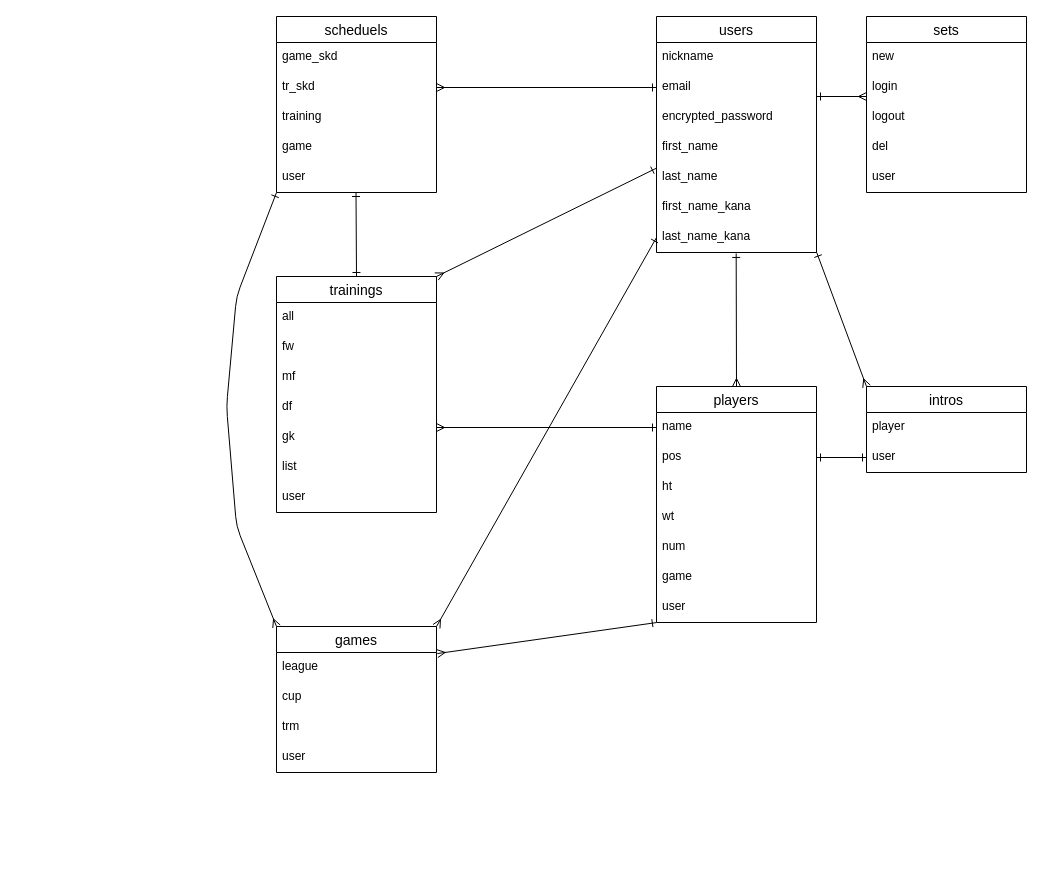
Earlier version of the draw.io diagram test.dio (120-seto/teammg). Source tidied: cells renumbered, new cells numbered last; positions are measured from the earlier drawing's top-left corner, leaving out a move shared by most shapes. Both pictures are drawn from the tidied source at 100%, with x=0, y=0 at pixel (226, 16).
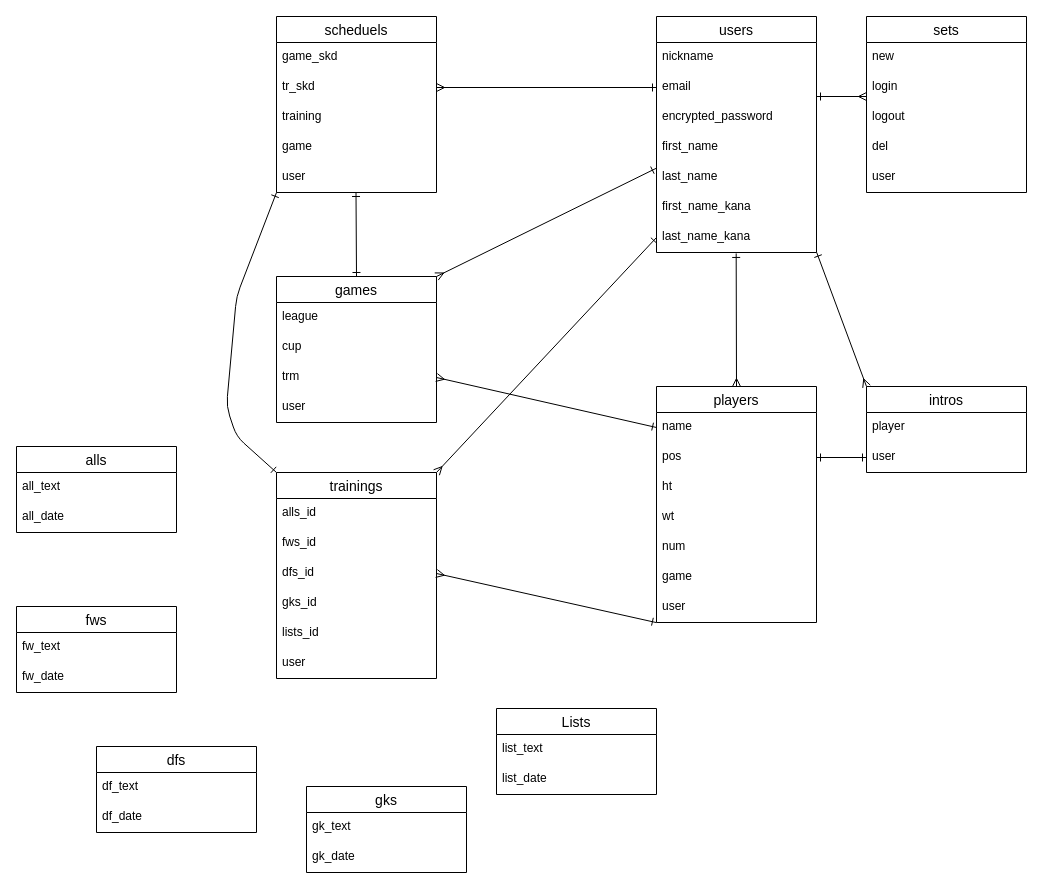
Above is the later version.

The change refers to these unchanged cells:
```xml
<mxCell id="3" value="league" style="text;strokeColor=none;fillColor=none;spacingLeft=4;spacingRight=4;overflow=hidden;points=[[0,0.5],[1,0.5]];portConstraint=eastwest;fontSize=12;" parent="2" vertex="1">
  <mxGeometry y="26" width="160" height="30" as="geometry" />
</mxCell>
<mxCell id="5" value="trm" style="text;strokeColor=none;fillColor=none;spacingLeft=4;spacingRight=4;overflow=hidden;points=[[0,0.5],[1,0.5]];portConstraint=eastwest;fontSize=12;" parent="2" vertex="1">
  <mxGeometry y="86" width="160" height="30" as="geometry" />
</mxCell>
<mxCell id="25" value="name" style="text;strokeColor=none;fillColor=none;spacingLeft=4;spacingRight=4;overflow=hidden;points=[[0,0.5],[1,0.5]];portConstraint=eastwest;fontSize=12;" parent="24" vertex="1">
  <mxGeometry y="26" width="160" height="30" as="geometry" />
</mxCell>
<mxCell id="31" value="user" style="text;strokeColor=none;fillColor=none;spacingLeft=4;spacingRight=4;overflow=hidden;points=[[0,0.5],[1,0.5]];portConstraint=eastwest;fontSize=12;" parent="24" vertex="1">
  <mxGeometry y="206" width="160" height="30" as="geometry" />
</mxCell>
<mxCell id="44" value="last_name" style="text;strokeColor=none;fillColor=none;spacingLeft=4;spacingRight=4;overflow=hidden;points=[[0,0.5],[1,0.5]];portConstraint=eastwest;fontSize=12;" parent="39" vertex="1">
  <mxGeometry y="146" width="160" height="30" as="geometry" />
</mxCell>
<mxCell id="46" value="last_name_kana" style="text;strokeColor=none;fillColor=none;spacingLeft=4;spacingRight=4;overflow=hidden;points=[[0,0.5],[1,0.5]];portConstraint=eastwest;fontSize=12;" parent="39" vertex="1">
  <mxGeometry y="206" width="160" height="30" as="geometry" />
</mxCell>
```

Diff of the diagram source:
```diff
@@
     <mxCell id="2" value="games" style="swimlane;fontStyle=0;horizontal=1;startSize=26;align=center;fontSize=14;" parent="1" vertex="1">
-      <mxGeometry x="50" y="610" width="160" height="146" as="geometry" />
+      <mxGeometry x="50" y="260" width="160" height="146" as="geometry" />
     </mxCell>
@@
     <mxCell id="7" value="trainings" style="swimlane;fontStyle=0;horizontal=1;startSize=26;align=center;fontSize=14;" parent="1" vertex="1">
-      <mxGeometry x="50" y="260" width="160" height="236" as="geometry" />
+      <mxGeometry x="50" y="456" width="160" height="206" as="geometry" />
     </mxCell>
-    <mxCell id="8" value="all " style="text;strokeColor=none;fillColor=none;spacingLeft=4;spacingRight=4;overflow=hidden;fontSize=12;" parent="7" vertex="1">
+    <mxCell id="8" value="alls_id" style="text;strokeColor=none;fillColor=none;spacingLeft=4;spacingRight=4;overflow=hidden;fontSize=12;" parent="7" vertex="1">
       <mxGeometry y="26" width="160" height="30" as="geometry" />
     </mxCell>
-    <mxCell id="9" value="fw" style="text;strokeColor=none;fillColor=none;spacingLeft=4;spacingRight=4;overflow=hidden;fontSize=12;" parent="7" vertex="1">
+    <mxCell id="9" value="fws_id" style="text;strokeColor=none;fillColor=none;spacingLeft=4;spacingRight=4;overflow=hidden;fontSize=12;" parent="7" vertex="1">
       <mxGeometry y="56" width="160" height="30" as="geometry" />
     </mxCell>
-    <mxCell id="10" value="mf" style="text;strokeColor=none;fillColor=none;spacingLeft=4;spacingRight=4;overflow=hidden;fontSize=12;" parent="7" vertex="1">
-      <mxGeometry y="86" width="160" height="30" as="geometry" />
-    </mxCell>
-    <mxCell id="11" value="df" style="text;strokeColor=none;fillColor=none;spacingLeft=4;spacingRight=4;overflow=hidden;points=[[0,0.5],[1,0.5]];portConstraint=eastwest;fontSize=12;" parent="7" vertex="1">
-      <mxGeometry y="116" width="160" height="30" as="geometry" />
+    <mxCell id="11" value="dfs_id" style="text;strokeColor=none;fillColor=none;spacingLeft=4;spacingRight=4;overflow=hidden;points=[[0,0.5],[1,0.5]];portConstraint=eastwest;fontSize=12;" parent="7" vertex="1">
+      <mxGeometry y="86" width="160" height="30" as="geometry" />
     </mxCell>
-    <mxCell id="12" value="gk" style="text;strokeColor=none;fillColor=none;spacingLeft=4;spacingRight=4;overflow=hidden;points=[[0,0.5],[1,0.5]];portConstraint=eastwest;fontSize=12;" parent="7" vertex="1">
-      <mxGeometry y="146" width="160" height="30" as="geometry" />
+    <mxCell id="12" value="gks_id" style="text;strokeColor=none;fillColor=none;spacingLeft=4;spacingRight=4;overflow=hidden;points=[[0,0.5],[1,0.5]];portConstraint=eastwest;fontSize=12;" parent="7" vertex="1">
+      <mxGeometry y="116" width="160" height="30" as="geometry" />
     </mxCell>
-    <mxCell id="13" value="list" style="text;strokeColor=none;fillColor=none;spacingLeft=4;spacingRight=4;overflow=hidden;fontSize=12;" parent="7" vertex="1">
-      <mxGeometry y="176" width="160" height="30" as="geometry" />
+    <mxCell id="13" value="lists_id" style="text;strokeColor=none;fillColor=none;spacingLeft=4;spacingRight=4;overflow=hidden;fontSize=12;" parent="7" vertex="1">
+      <mxGeometry y="146" width="160" height="30" as="geometry" />
     </mxCell>
     <mxCell id="14" value="user" style="text;strokeColor=none;fillColor=none;spacingLeft=4;spacingRight=4;overflow=hidden;fontSize=12;" parent="7" vertex="1">
-      <mxGeometry y="206" width="160" height="30" as="geometry" />
+      <mxGeometry y="176" width="160" height="30" as="geometry" />
     </mxCell>
@@
-    <mxCell id="50" style="endArrow=ERmany;html=1;rounded=0;startArrow=ERone;startFill=0;endFill=0;exitX=0;exitY=0.5;exitDx=0;exitDy=0;entryX=1;entryY=0.167;entryDx=0;entryDy=0;entryPerimeter=0;" parent="1" edge="1" source="25" target="12">
+    <mxCell id="50" style="endArrow=ERmany;html=1;rounded=0;startArrow=ERone;startFill=0;endFill=0;exitX=0;exitY=0.5;exitDx=0;exitDy=0;entryX=1;entryY=0.5;entryDx=0;entryDy=0;" parent="1" edge="1" source="25" target="5">
       <mxGeometry relative="1" as="geometry" />
     </mxCell>
-    <mxCell id="51" style="endArrow=ERmany;html=1;rounded=0;startArrow=ERone;startFill=0;endFill=0;exitX=-0.001;exitY=1.003;exitDx=0;exitDy=0;exitPerimeter=0;entryX=1.005;entryY=0.036;entryDx=0;entryDy=0;entryPerimeter=0;" parent="1" edge="1" source="31" target="3">
+    <mxCell id="51" style="endArrow=ERmany;html=1;rounded=0;startArrow=ERone;startFill=0;endFill=0;exitX=-0.001;exitY=1.003;exitDx=0;exitDy=0;exitPerimeter=0;entryX=1;entryY=0.5;entryDx=0;entryDy=0;" parent="1" edge="1" source="31" target="11">
       <mxGeometry relative="1" as="geometry" />
     </mxCell>
@@
-    <mxCell id="53" style="endArrow=ERmany;html=1;rounded=0;startArrow=ERone;startFill=0;endFill=0;exitX=-0.003;exitY=0.196;exitDx=0;exitDy=0;entryX=1;entryY=0;entryDx=0;entryDy=0;exitPerimeter=0;" parent="1" edge="1" source="44" target="7">
+    <mxCell id="53" style="endArrow=ERmany;html=1;rounded=0;startArrow=ERone;startFill=0;endFill=0;exitX=-0.003;exitY=0.196;exitDx=0;exitDy=0;entryX=1;entryY=0;entryDx=0;entryDy=0;exitPerimeter=0;" parent="1" edge="1" source="44" target="2">
       <mxGeometry relative="1" as="geometry" />
     </mxCell>
-    <mxCell id="54" style="endArrow=ERmany;html=1;rounded=0;startArrow=ERone;startFill=0;endFill=0;entryX=1;entryY=0;entryDx=0;entryDy=0;exitX=0;exitY=0.5;exitDx=0;exitDy=0;" parent="1" edge="1" source="46" target="2">
+    <mxCell id="54" style="endArrow=ERmany;html=1;rounded=0;startArrow=ERone;startFill=0;endFill=0;entryX=1;entryY=0;entryDx=0;entryDy=0;exitX=0;exitY=0.5;exitDx=0;exitDy=0;" parent="1" edge="1" source="46" target="7">
       <mxGeometry relative="1" as="geometry" />
     </mxCell>
@@
-    <mxCell id="56" style="endArrow=ERmany;html=1;rounded=1;startArrow=ERone;startFill=0;endFill=0;exitX=0.498;exitY=1.032;exitDx=0;exitDy=0;exitPerimeter=0;entryX=0;entryY=0;entryDx=0;entryDy=0;jumpStyle=none;" parent="1" edge="1" target="2">
+    <mxCell id="56" style="endArrow=ERone;html=1;rounded=1;startArrow=ERone;startFill=0;endFill=0;exitX=0.498;exitY=1.032;exitDx=0;exitDy=0;exitPerimeter=0;jumpStyle=none;entryX=0;entryY=0;entryDx=0;entryDy=0;" parent="1" edge="1" target="7">
       <mxGeometry relative="1" as="geometry">
         <mxPoint x="50" y="176" as="sourcePoint" />
         <Array as="points">
           <mxPoint x="10" y="280" />
           <mxPoint y="390" />
-          <mxPoint x="10" y="510" />
+          <mxPoint x="10" y="420" />
         </Array>
       </mxGeometry>
     </mxCell>
+    <mxCell id="57" value="Lists" style="swimlane;fontStyle=0;horizontal=1;startSize=26;align=center;fontSize=14;" parent="1" vertex="1">
+      <mxGeometry x="270" y="692" width="160" height="86" as="geometry" />
+    </mxCell>
+    <mxCell id="58" value="list_text" style="text;strokeColor=none;fillColor=none;spacingLeft=4;spacingRight=4;overflow=hidden;fontSize=12;" parent="57" vertex="1">
+      <mxGeometry y="26" width="160" height="30" as="geometry" />
+    </mxCell>
+    <mxCell id="59" value="list_date" style="text;strokeColor=none;fillColor=none;spacingLeft=4;spacingRight=4;overflow=hidden;fontSize=12;" parent="57" vertex="1">
+      <mxGeometry y="56" width="160" height="30" as="geometry" />
+    </mxCell>
+    <mxCell id="60" value="gks" style="swimlane;fontStyle=0;horizontal=1;startSize=26;align=center;fontSize=14;" parent="1" vertex="1">
+      <mxGeometry x="80" y="770" width="160" height="86" as="geometry" />
+    </mxCell>
+    <mxCell id="61" value="gk_text" style="text;strokeColor=none;fillColor=none;spacingLeft=4;spacingRight=4;overflow=hidden;fontSize=12;" parent="60" vertex="1">
+      <mxGeometry y="26" width="160" height="30" as="geometry" />
+    </mxCell>
+    <mxCell id="62" value="gk_date" style="text;strokeColor=none;fillColor=none;spacingLeft=4;spacingRight=4;overflow=hidden;fontSize=12;" parent="60" vertex="1">
+      <mxGeometry y="56" width="160" height="30" as="geometry" />
+    </mxCell>
+    <mxCell id="63" value="dfs" style="swimlane;fontStyle=0;horizontal=1;startSize=26;align=center;fontSize=14;" parent="1" vertex="1">
+      <mxGeometry x="-130" y="730" width="160" height="86" as="geometry" />
+    </mxCell>
+    <mxCell id="64" value="df_text" style="text;strokeColor=none;fillColor=none;spacingLeft=4;spacingRight=4;overflow=hidden;fontSize=12;" parent="63" vertex="1">
+      <mxGeometry y="26" width="160" height="30" as="geometry" />
+    </mxCell>
+    <mxCell id="65" value="df_date" style="text;strokeColor=none;fillColor=none;spacingLeft=4;spacingRight=4;overflow=hidden;fontSize=12;" parent="63" vertex="1">
+      <mxGeometry y="56" width="160" height="30" as="geometry" />
+    </mxCell>
+    <mxCell id="66" value="fws" style="swimlane;fontStyle=0;horizontal=1;startSize=26;align=center;fontSize=14;" parent="1" vertex="1">
+      <mxGeometry x="-210" y="590" width="160" height="86" as="geometry" />
+    </mxCell>
+    <mxCell id="67" value="fw_text" style="text;strokeColor=none;fillColor=none;spacingLeft=4;spacingRight=4;overflow=hidden;fontSize=12;" parent="66" vertex="1">
+      <mxGeometry y="26" width="160" height="30" as="geometry" />
+    </mxCell>
+    <mxCell id="68" value="fw_date" style="text;strokeColor=none;fillColor=none;spacingLeft=4;spacingRight=4;overflow=hidden;fontSize=12;" parent="66" vertex="1">
+      <mxGeometry y="56" width="160" height="30" as="geometry" />
+    </mxCell>
+    <mxCell id="69" value="alls" style="swimlane;fontStyle=0;horizontal=1;startSize=26;align=center;fontSize=14;" parent="1" vertex="1">
+      <mxGeometry x="-210" y="430" width="160" height="86" as="geometry" />
+    </mxCell>
+    <mxCell id="70" value="all_text" style="text;strokeColor=none;fillColor=none;spacingLeft=4;spacingRight=4;overflow=hidden;fontSize=12;" parent="69" vertex="1">
+      <mxGeometry y="26" width="160" height="30" as="geometry" />
+    </mxCell>
+    <mxCell id="71" value="all_date" style="text;strokeColor=none;fillColor=none;spacingLeft=4;spacingRight=4;overflow=hidden;fontSize=12;" parent="69" vertex="1">
+      <mxGeometry y="56" width="160" height="30" as="geometry" />
+    </mxCell>
```
